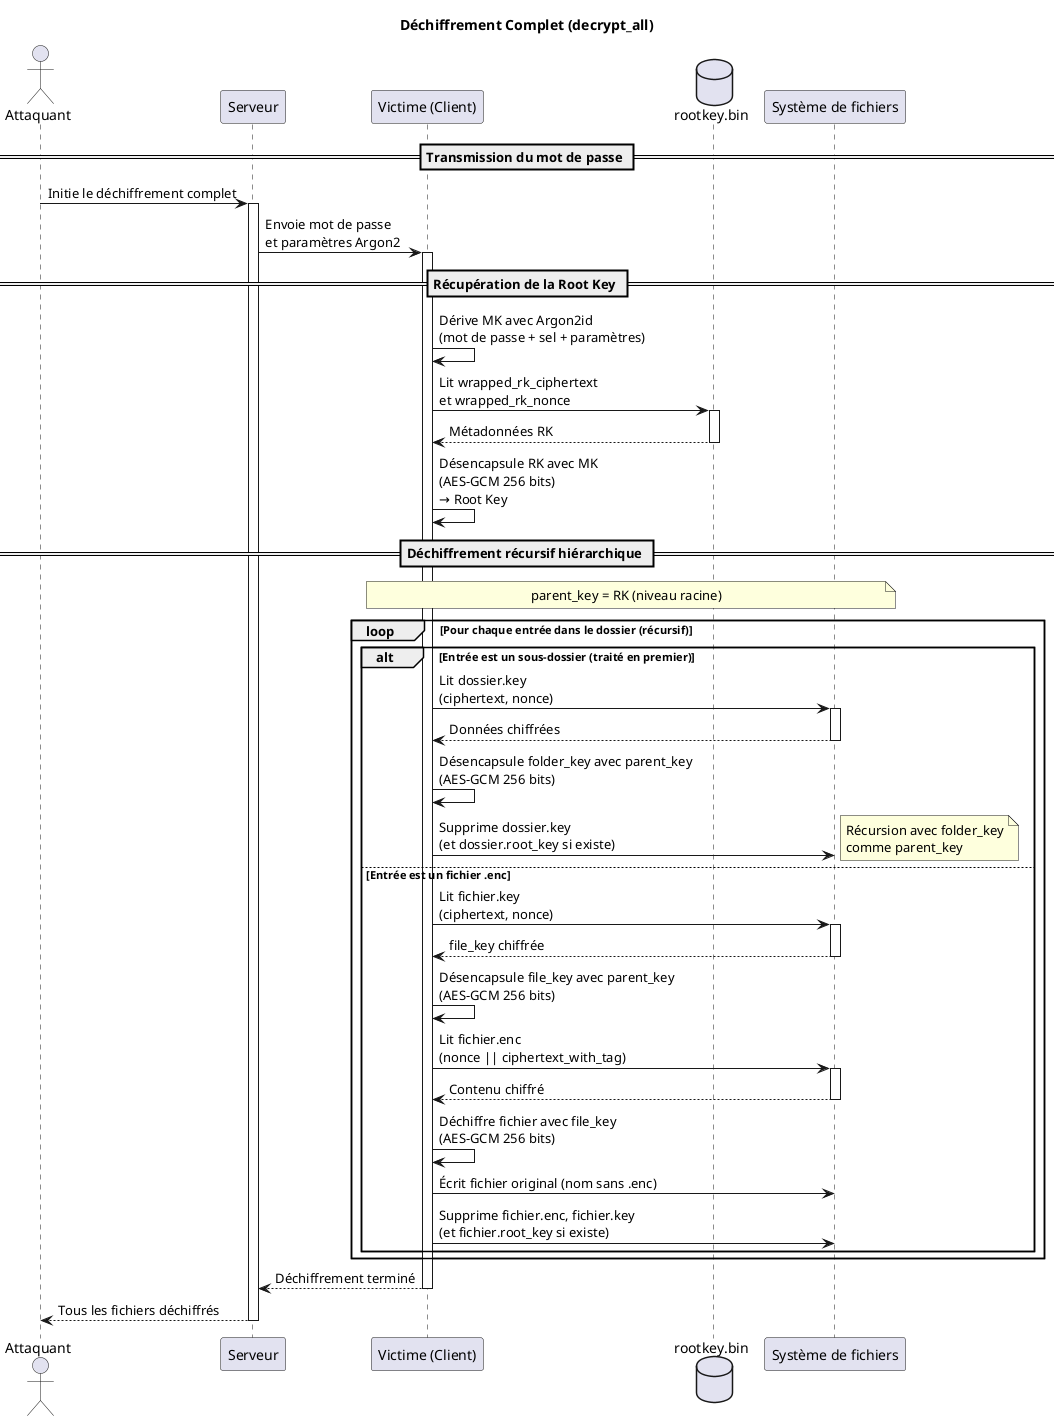
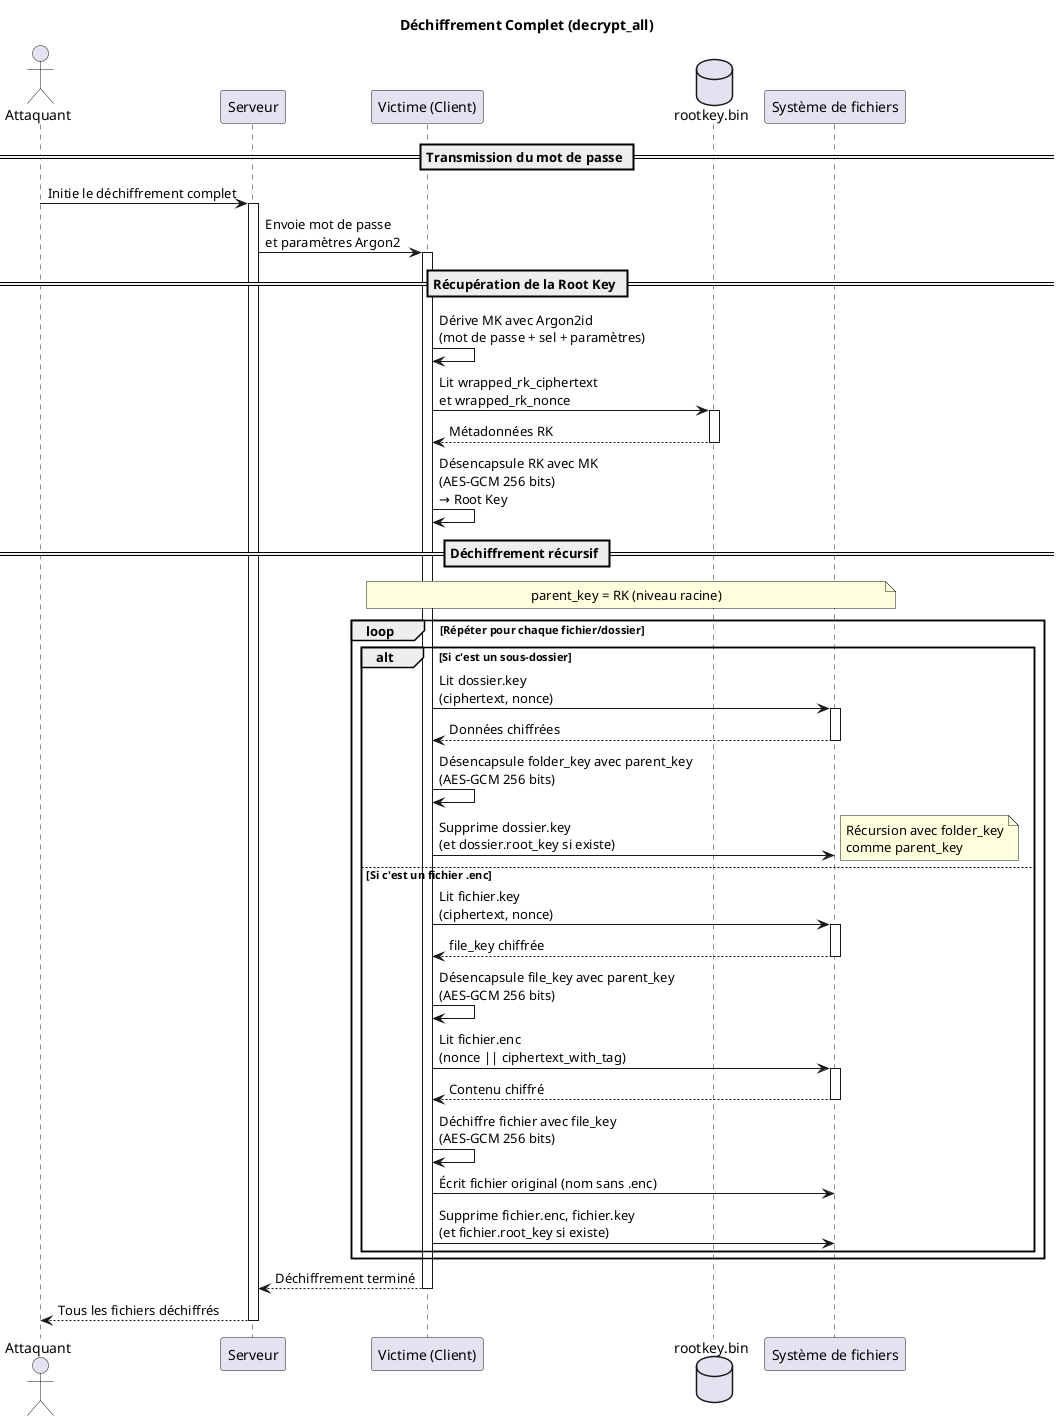
@startuml 02-Déchiffrement_Complet

title Déchiffrement Complet (decrypt_all)

actor Attaquant as attacker
participant "Serveur" as server
participant "Victime (Client)" as victime
database "rootkey.bin" as rootkey
participant "Système de fichiers" as fs

== Transmission du mot de passe ==
attacker -> server: Initie le déchiffrement complet
activate server
server -> victime: Envoie mot de passe\net paramètres Argon2
activate victime

== Récupération de la Root Key ==
victime -> victime: Dérive MK avec Argon2id\n(mot de passe + sel + paramètres)
victime -> rootkey: Lit wrapped_rk_ciphertext\net wrapped_rk_nonce
activate rootkey
rootkey --> victime: Métadonnées RK
deactivate rootkey

victime -> victime: Désencapsule RK avec MK\n(AES-GCM 256 bits)\n→ Root Key

- == Déchiffrement récursif hiérarchique ==
+ == Déchiffrement récursif ==
note over victime, fs
  parent_key = RK (niveau racine)
end note

- loop Pour chaque entrée dans le dossier (récursif)
-   alt Entrée est un sous-dossier (traité en premier)
+ loop Répéter pour chaque fichier/dossier
+   alt Si c'est un sous-dossier
    victime -> fs: Lit dossier.key\n(ciphertext, nonce)
    activate fs
    fs --> victime: Données chiffrées
    deactivate fs
    victime -> victime: Désencapsule folder_key avec parent_key\n(AES-GCM 256 bits)
    victime -> fs: Supprime dossier.key\n(et dossier.root_key si existe)
    note right: Récursion avec folder_key\ncomme parent_key
-   else Entrée est un fichier .enc
+   else Si c'est un fichier .enc
    victime -> fs: Lit fichier.key\n(ciphertext, nonce)
    activate fs
    fs --> victime: file_key chiffrée
    deactivate fs
    victime -> victime: Désencapsule file_key avec parent_key\n(AES-GCM 256 bits)
    victime -> fs: Lit fichier.enc\n(nonce || ciphertext_with_tag)
    activate fs
    fs --> victime: Contenu chiffré
    deactivate fs
    victime -> victime: Déchiffre fichier avec file_key\n(AES-GCM 256 bits)
    victime -> fs: Écrit fichier original (nom sans .enc)
    victime -> fs: Supprime fichier.enc, fichier.key\n(et fichier.root_key si existe)
  end
end

victime --> server: Déchiffrement terminé
deactivate victime
server --> attacker: Tous les fichiers déchiffrés
deactivate server

@enduml
